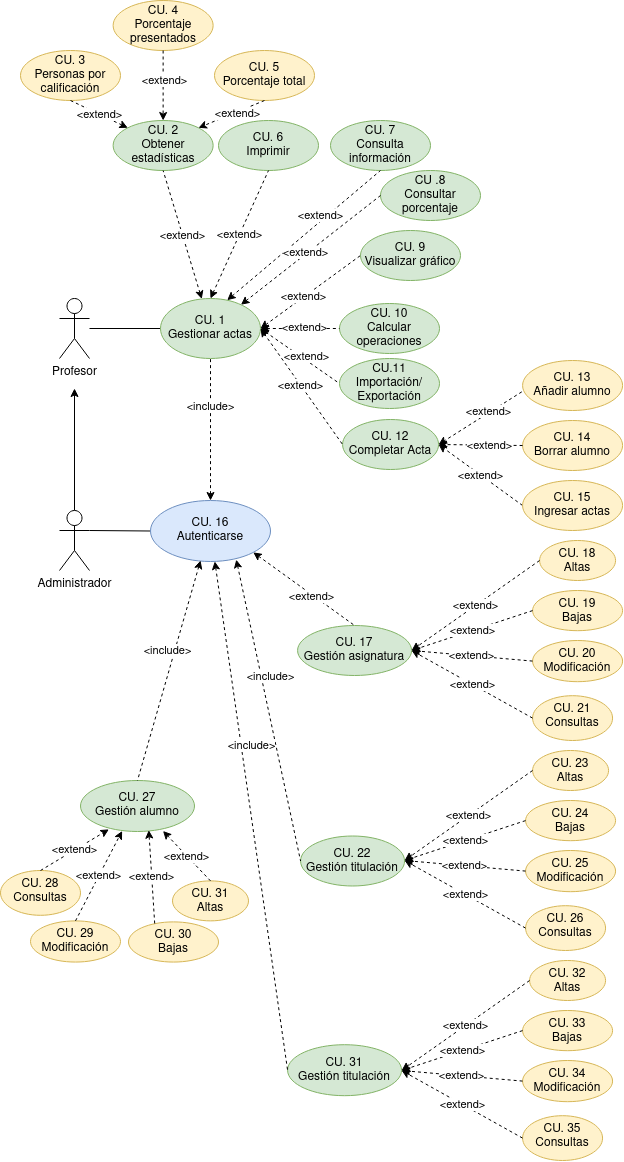
This is Tareas/casosUso/Tarea6-Gestión Profesores/img/GestionProfesores.drawio.png from colidom/ets, a draw.io export, as it was before one commit. Source tidied: cells renumbered, new cells last; positions are measured from the earlier drawing's top-left corner, leaving out a move shared by most shapes.
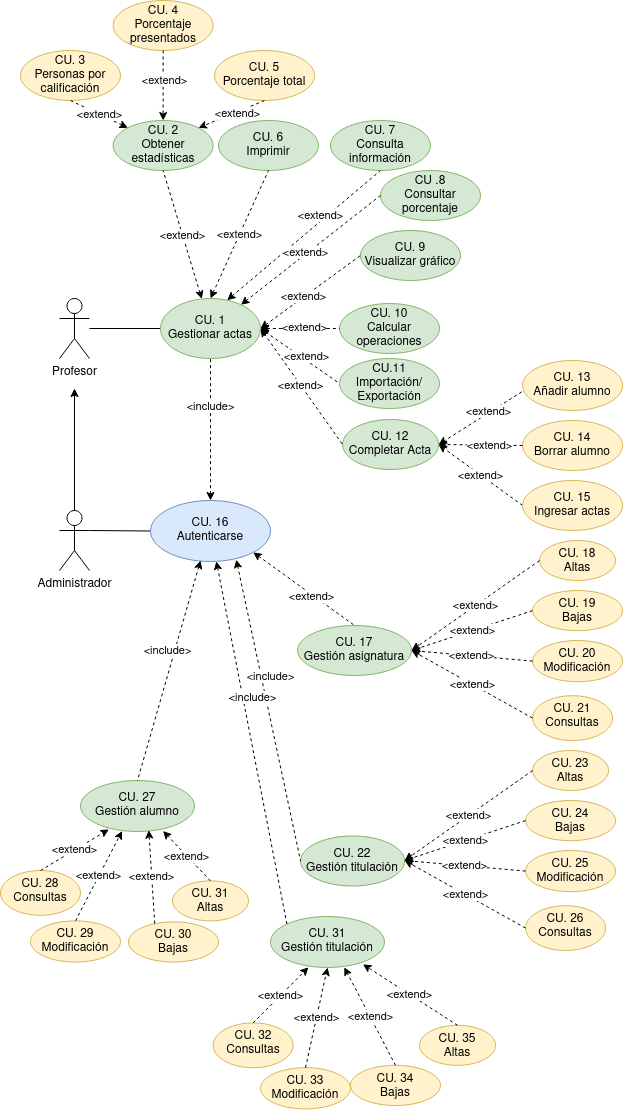
After the change.

Change to the diagram source:
```diff
@@ -164,7 +164,7 @@
       <mxGeometry x="300.1" y="835.5" width="104" height="50" as="geometry" />
     </mxCell>
     <mxCell id="49" value="&lt;div&gt;CU. 31&lt;br&gt;&lt;/div&gt;&lt;div&gt;Gestión titulación&lt;br&gt;&lt;/div&gt;" style="ellipse;whiteSpace=wrap;html=1;fillColor=#d5e8d4;strokeColor=#82b366;" parent="1" vertex="1">
-      <mxGeometry x="287.1" y="1044.2" width="114" height="51" as="geometry" />
+      <mxGeometry x="270" y="916" width="114" height="51" as="geometry" />
     </mxCell>
     <mxCell id="50" value="&lt;div&gt;CU. 18&lt;/div&gt;&lt;div&gt;Altas&lt;/div&gt;" style="ellipse;whiteSpace=wrap;html=1;verticalAlign=top;fillColor=#fff2cc;strokeColor=#d6b656;" parent="1" vertex="1">
       <mxGeometry x="539.1" y="540" width="76" height="40" as="geometry" />
@@ -222,37 +222,29 @@
         <mxPoint x="404.1" y="860" as="targetPoint" />
       </mxGeometry>
     </mxCell>
-    <mxCell id="66" value="&lt;div&gt;CU. 32&lt;br&gt;&lt;/div&gt;&lt;div&gt;Altas&lt;/div&gt;" style="ellipse;whiteSpace=wrap;html=1;verticalAlign=top;fillColor=#fff2cc;strokeColor=#d6b656;" parent="1" vertex="1">
-      <mxGeometry x="529.1" y="960" width="76" height="40" as="geometry" />
+    <mxCell id="66" value="&lt;div&gt;CU. 35&lt;br&gt;&lt;/div&gt;&lt;div&gt;Altas&lt;/div&gt;" style="ellipse;whiteSpace=wrap;html=1;verticalAlign=top;fillColor=#fff2cc;strokeColor=#d6b656;" parent="1" vertex="1">
+      <mxGeometry x="419" y="1024.8" width="76" height="40" as="geometry" />
     </mxCell>
-    <mxCell id="67" value="&lt;div&gt;CU. 33&lt;br&gt;&lt;/div&gt;&lt;div&gt;Bajas&lt;/div&gt;" style="ellipse;whiteSpace=wrap;html=1;verticalAlign=top;fillColor=#fff2cc;strokeColor=#d6b656;" parent="1" vertex="1">
-      <mxGeometry x="522.1" y="1010" width="90" height="40.2" as="geometry" />
+    <mxCell id="67" value="&lt;div&gt;CU. 34&lt;br&gt;&lt;/div&gt;&lt;div&gt;Bajas&lt;/div&gt;" style="ellipse;whiteSpace=wrap;html=1;verticalAlign=top;fillColor=#fff2cc;strokeColor=#d6b656;" parent="1" vertex="1">
+      <mxGeometry x="350" y="1064.8" width="90" height="40.2" as="geometry" />
     </mxCell>
-    <mxCell id="68" value="&lt;div&gt;CU. 34&lt;br&gt;&lt;/div&gt;&lt;div&gt;Modificación&lt;/div&gt;" style="ellipse;whiteSpace=wrap;html=1;verticalAlign=top;fillColor=#fff2cc;strokeColor=#d6b656;" parent="1" vertex="1">
-      <mxGeometry x="522.1" y="1060" width="90" height="41.2" as="geometry" />
+    <mxCell id="68" value="&lt;div&gt;CU. 33&lt;br&gt;&lt;/div&gt;&lt;div&gt;Modificación&lt;/div&gt;" style="ellipse;whiteSpace=wrap;html=1;verticalAlign=top;fillColor=#fff2cc;strokeColor=#d6b656;" parent="1" vertex="1">
+      <mxGeometry x="260" y="1067.2" width="90" height="41.2" as="geometry" />
     </mxCell>
-    <mxCell id="69" value="&lt;div&gt;CU. 35&lt;/div&gt;&lt;div&gt;Consultas&lt;/div&gt;" style="ellipse;whiteSpace=wrap;html=1;verticalAlign=top;fillColor=#fff2cc;strokeColor=#d6b656;" parent="1" vertex="1">
-      <mxGeometry x="522.1" y="1115.2" width="80" height="44.8" as="geometry" />
+    <mxCell id="69" value="&lt;div&gt;CU. 32&lt;/div&gt;&lt;div&gt;Consultas&lt;/div&gt;" style="ellipse;whiteSpace=wrap;html=1;verticalAlign=top;fillColor=#fff2cc;strokeColor=#d6b656;" parent="1" vertex="1">
+      <mxGeometry x="212.6" y="1022.4" width="80" height="44.8" as="geometry" />
     </mxCell>
-    <mxCell id="70" value="&amp;lt;extend&amp;gt;" style="edgeStyle=none;rounded=0;jettySize=auto;html=1;dashed=1;startArrow=none;startFill=0;endArrow=classic;endFill=1;entryX=1;entryY=0.5;entryDx=0;entryDy=0;exitX=0;exitY=0.5;exitDx=0;exitDy=0;" parent="1" edge="1" source="66">
-      <mxGeometry relative="1" as="geometry">
-        <mxPoint x="401.1" y="1070" as="targetPoint" />
-      </mxGeometry>
+    <mxCell id="70" value="&amp;lt;extend&amp;gt;" style="edgeStyle=none;rounded=0;jettySize=auto;html=1;dashed=1;startArrow=none;startFill=0;endArrow=classic;endFill=1;entryX=0.811;entryY=0.938;entryDx=0;entryDy=0;exitX=0.5;exitY=0;exitDx=0;exitDy=0;entryPerimeter=0;" parent="1" edge="1" source="66" target="49">
+      <mxGeometry relative="1" as="geometry" />
     </mxCell>
-    <mxCell id="71" value="&amp;lt;extend&amp;gt;" style="edgeStyle=none;rounded=0;jettySize=auto;html=1;dashed=1;startArrow=none;startFill=0;endArrow=classic;endFill=1;entryX=1;entryY=0.5;entryDx=0;entryDy=0;exitX=0;exitY=0.5;exitDx=0;exitDy=0;" parent="1" edge="1" source="67">
-      <mxGeometry relative="1" as="geometry">
-        <mxPoint x="401.1" y="1070" as="targetPoint" />
-      </mxGeometry>
+    <mxCell id="71" value="&amp;lt;extend&amp;gt;" style="edgeStyle=none;rounded=0;jettySize=auto;html=1;dashed=1;startArrow=none;startFill=0;endArrow=classic;endFill=1;entryX=0.647;entryY=0.996;entryDx=0;entryDy=0;exitX=0.5;exitY=0;exitDx=0;exitDy=0;entryPerimeter=0;" parent="1" edge="1" source="67" target="49">
+      <mxGeometry relative="1" as="geometry" />
     </mxCell>
-    <mxCell id="72" value="&amp;lt;extend&amp;gt;" style="edgeStyle=none;rounded=0;jettySize=auto;html=1;dashed=1;startArrow=none;startFill=0;endArrow=classic;endFill=1;entryX=1;entryY=0.5;entryDx=0;entryDy=0;exitX=0;exitY=0.5;exitDx=0;exitDy=0;" parent="1" edge="1" source="68">
-      <mxGeometry relative="1" as="geometry">
-        <mxPoint x="401.1" y="1070" as="targetPoint" />
-      </mxGeometry>
+    <mxCell id="72" value="&amp;lt;extend&amp;gt;" style="edgeStyle=none;rounded=0;jettySize=auto;html=1;dashed=1;startArrow=none;startFill=0;endArrow=classic;endFill=1;entryX=0.5;entryY=1;entryDx=0;entryDy=0;exitX=0.5;exitY=0;exitDx=0;exitDy=0;" parent="1" edge="1" source="68" target="49">
+      <mxGeometry relative="1" as="geometry" />
     </mxCell>
-    <mxCell id="73" value="&amp;lt;extend&amp;gt;" style="edgeStyle=none;rounded=0;jettySize=auto;html=1;dashed=1;startArrow=none;startFill=0;endArrow=classic;endFill=1;entryX=1;entryY=0.5;entryDx=0;entryDy=0;exitX=0;exitY=0.5;exitDx=0;exitDy=0;" parent="1" edge="1" source="69">
-      <mxGeometry relative="1" as="geometry">
-        <mxPoint x="401.1" y="1070" as="targetPoint" />
-      </mxGeometry>
+    <mxCell id="73" value="&amp;lt;extend&amp;gt;" style="edgeStyle=none;rounded=0;jettySize=auto;html=1;dashed=1;startArrow=none;startFill=0;endArrow=classic;endFill=1;entryX=0.333;entryY=0.996;entryDx=0;entryDy=0;exitX=0.5;exitY=0;exitDx=0;exitDy=0;entryPerimeter=0;" parent="1" edge="1" source="69" target="49">
+      <mxGeometry relative="1" as="geometry" />
     </mxCell>
     <mxCell id="74" style="endArrow=classic;html=1;rounded=0;dashed=1;exitX=0.5;exitY=1;exitDx=0;exitDy=0;entryX=1;entryY=0;entryDx=0;entryDy=0;" parent="1" edge="1" source="16" target="13">
       <mxGeometry relative="1" as="geometry" />
@@ -276,7 +268,7 @@
         <mxPoint x="15" y="18" as="offset" />
       </mxGeometry>
     </mxCell>
-    <mxCell id="80" style="edgeStyle=none;rounded=0;jettySize=auto;html=1;dashed=1;startArrow=classic;startFill=1;endArrow=none;endFill=0;entryX=0;entryY=0.5;entryDx=0;entryDy=0;" parent="1" edge="1" source="43" target="49">
+    <mxCell id="80" style="edgeStyle=none;rounded=0;jettySize=auto;html=1;dashed=1;startArrow=classic;startFill=1;endArrow=none;endFill=0;entryX=0;entryY=0;entryDx=0;entryDy=0;" parent="1" edge="1" source="43" target="49">
       <mxGeometry relative="1" as="geometry" />
     </mxCell>
     <mxCell id="81" value="&amp;lt;include&amp;gt;" style="edgeLabel;html=1;align=center;verticalAlign=middle;" parent="80" vertex="1">
```
